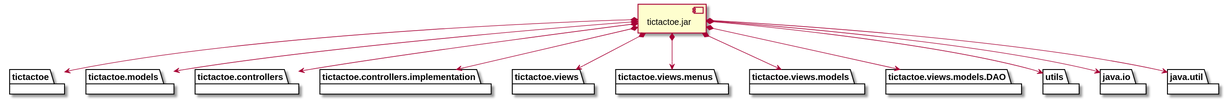
This is docs/build/docs/asciidoc/images/diagramaImplementacion.svg from x-USantaTecla-game-ticTacToe/java, a PlantUML export, as it was before one commit.
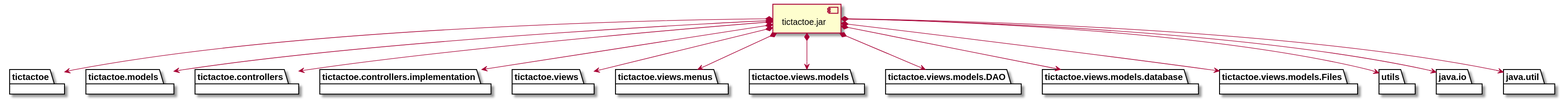
After the change.

The edit, as a diff of the source:
```diff
@@ -16,6 +16,10 @@
 }
 package "  "  as tictactoe.views.models.DAO {
 }
+package "  "  as tictactoe.views.models.database {
+}
+package "  "  as tictactoe.views.models.Files {
+}
 package "  "  as utils {
 }
 package "  "  as java.io {
@@ -33,6 +37,8 @@
 jar *--> tictactoe.views.menus
 jar *--> tictactoe.views.models
 jar *--> tictactoe.views.models.DAO
+jar *--> tictactoe.views.models.database
+jar *--> tictactoe.views.models.Files
 jar *--> utils
 jar *--> java.io
 jar *--> java.util
```
